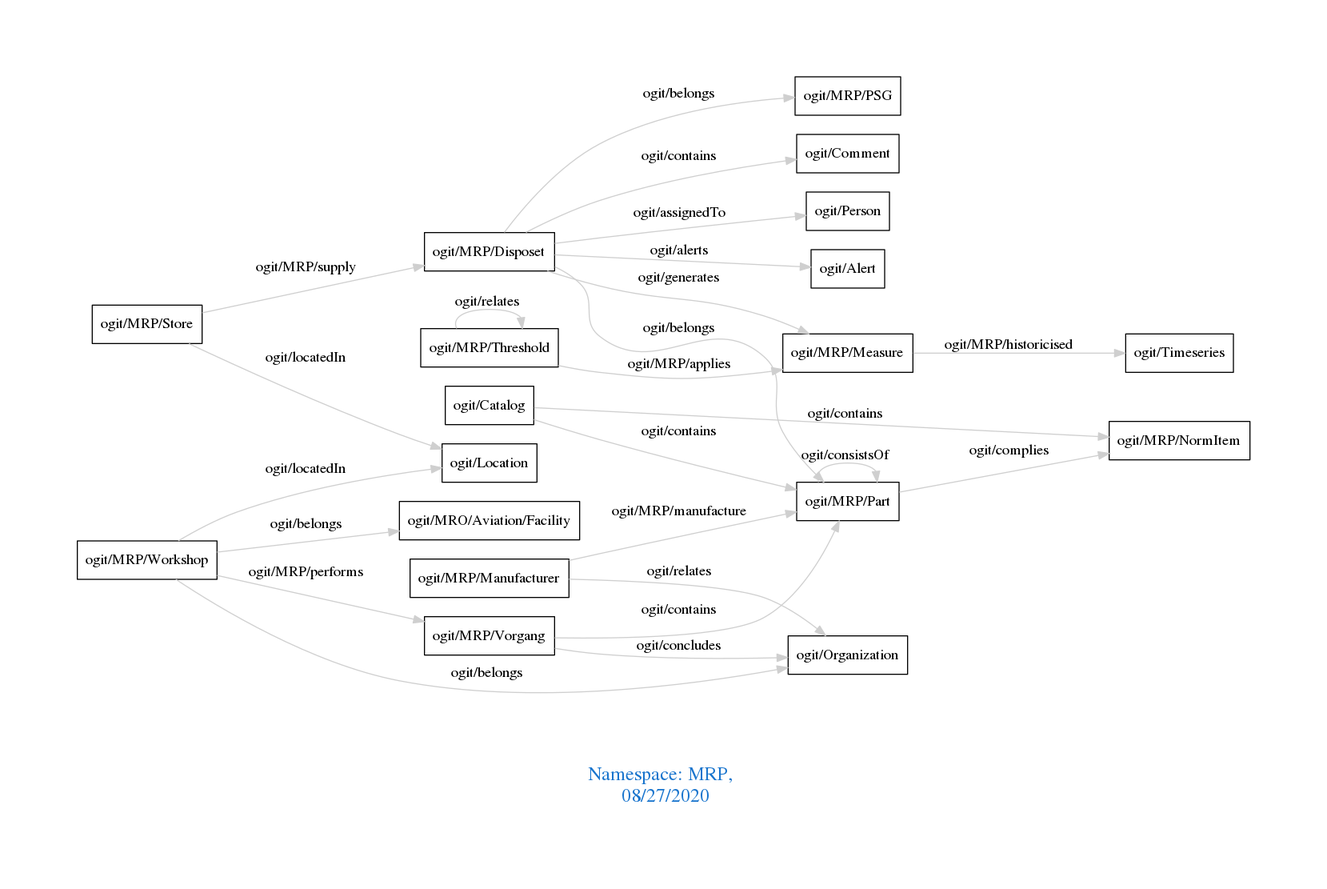
The Graphviz diagram downloads/MRP.png in arago/OGIT, before a commit. Its source is kept beside it as downloads/MRP.dot.
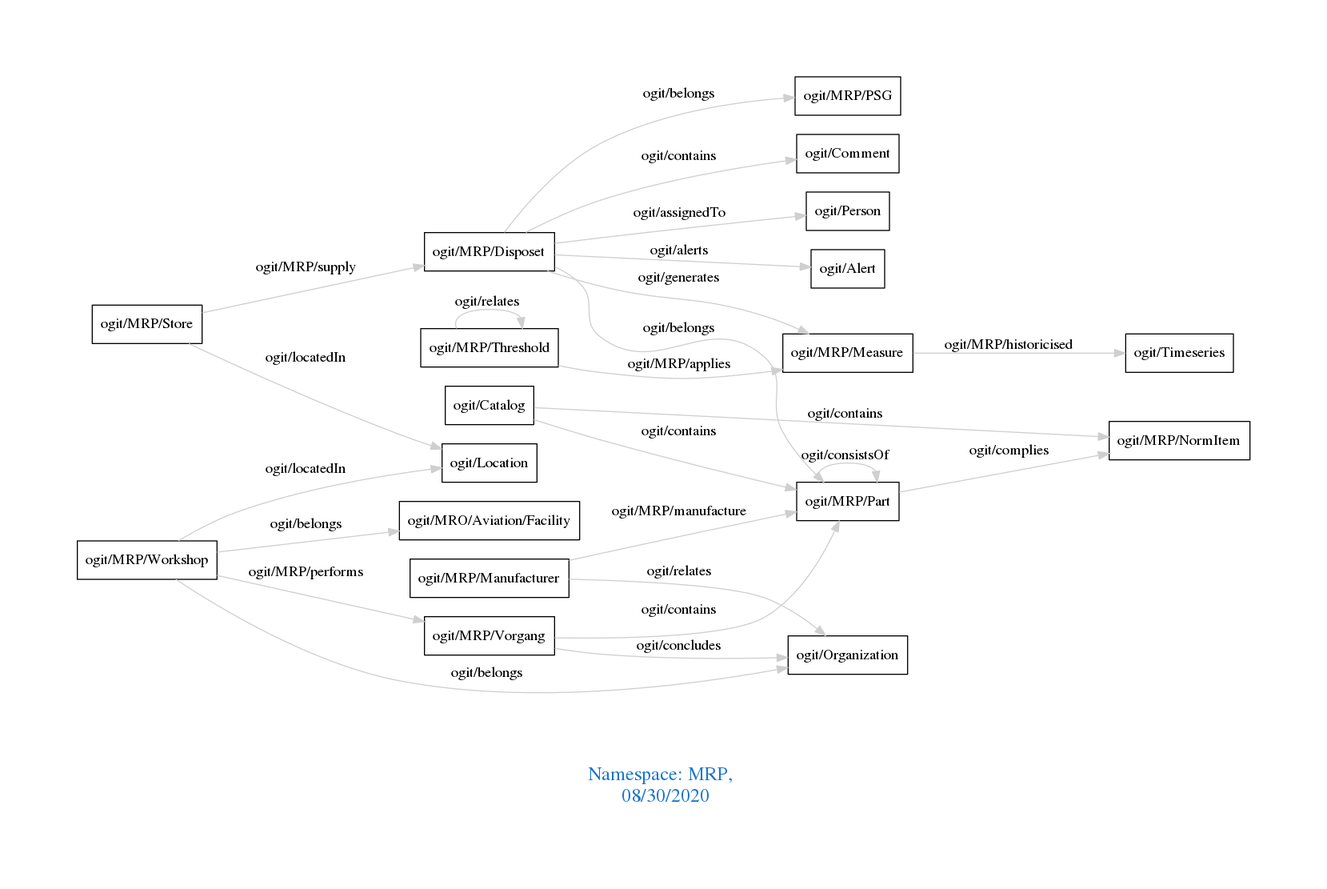
After the change.

Diff of the diagram source:
```diff
@@ -1,7 +1,7 @@
 digraph OGIT_ontology {
  graph [ rankdir= LR,pad=1
 fontsize = 18,
-fontcolor= dodgerblue3,label = "\n\n\nNamespace: MRP, \n 08/27/2020"];
+fontcolor= dodgerblue3,label = "\n\n\nNamespace: MRP, \n 08/30/2020"];
 node[shape=polygon];
 edge [  color="gray81"];
 
```
